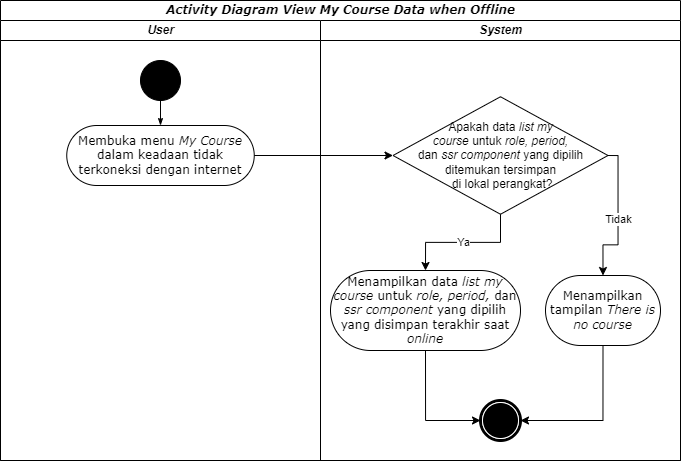
Earlier version of the draw.io export diagrams/03. view_my_course/Activity Diagram.drawio.png (angeliawidjaja/offline-mode-paper). Source tidied: cells renumbered, new cells last; positions are measured from the earlier drawing's top-left corner, leaving out a move shared by most shapes.
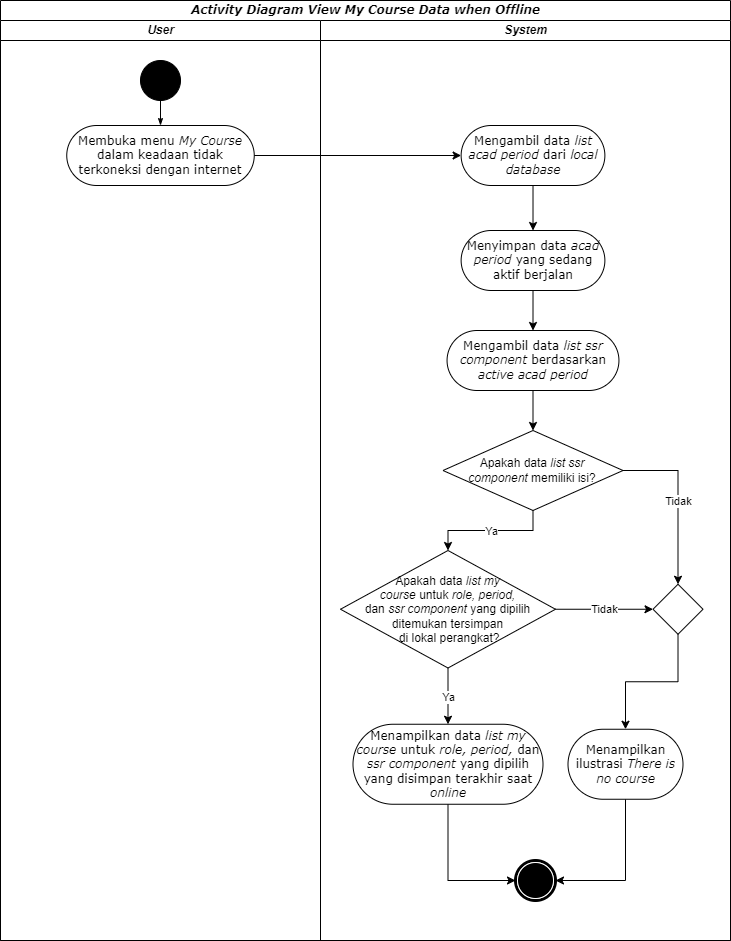
The same file after the commit.

The edit, as a diff of the source:
```diff
@@ -3,10 +3,10 @@
     <mxCell id="0" />
     <mxCell id="1" parent="0" />
     <mxCell id="2" value="&lt;i&gt;Activity Diagram&lt;/i&gt;&amp;nbsp;&lt;i&gt;View My Course Data when Offline&lt;/i&gt;" style="swimlane;html=1;startSize=20;rounded=0;shadow=0;comic=0;labelBackgroundColor=none;strokeWidth=1;fontFamily=Verdana;fontSize=12;align=center;" parent="1" vertex="1">
-      <mxGeometry width="680" height="460" as="geometry" />
+      <mxGeometry width="730" height="940" as="geometry" />
     </mxCell>
     <mxCell id="3" value="&lt;i&gt;User&lt;/i&gt;" style="swimlane;html=1;startSize=20;" parent="2" vertex="1">
-      <mxGeometry y="20" width="320" height="440" as="geometry" />
+      <mxGeometry y="20" width="320" height="920" as="geometry" />
     </mxCell>
     <mxCell id="4" style="ellipse;whiteSpace=wrap;html=1;rounded=0;shadow=0;comic=0;labelBackgroundColor=none;strokeWidth=1;fillColor=#000000;fontFamily=Verdana;fontSize=12;align=center;" parent="3" vertex="1">
       <mxGeometry x="140" y="40" width="40" height="40" as="geometry" />
@@ -18,19 +18,19 @@
       <mxGeometry relative="1" as="geometry" />
     </mxCell>
     <mxCell id="7" value="&lt;i&gt;System&lt;/i&gt;" style="swimlane;html=1;startSize=20;" parent="2" vertex="1">
-      <mxGeometry x="320" y="20" width="360" height="440" as="geometry" />
+      <mxGeometry x="320" y="20" width="410" height="920" as="geometry" />
     </mxCell>
     <mxCell id="8" style="shape=mxgraph.bpmn.shape;html=1;verticalLabelPosition=bottom;labelBackgroundColor=#ffffff;verticalAlign=top;perimeter=ellipsePerimeter;outline=end;symbol=terminate;rounded=0;shadow=0;comic=0;strokeWidth=1;fontFamily=Verdana;fontSize=12;align=center;" parent="7" vertex="1">
-      <mxGeometry x="160" y="380" width="40" height="40" as="geometry" />
+      <mxGeometry x="195" y="840" width="40" height="40" as="geometry" />
     </mxCell>
     <mxCell id="9" value="Apakah data &lt;i&gt;list&amp;nbsp;my &lt;br&gt;course&lt;/i&gt;&amp;nbsp;untuk &lt;i&gt;role,&lt;/i&gt;&amp;nbsp;&lt;i&gt;period, &lt;br&gt;&lt;/i&gt;dan&lt;i&gt; ssr component&amp;nbsp;&lt;/i&gt;yang dipilih &lt;br&gt;ditemukan tersimpan&lt;br&gt;&amp;nbsp;di lokal perangkat?" style="rhombus;whiteSpace=wrap;html=1;" parent="7" vertex="1">
-      <mxGeometry x="72.5" y="76.2" width="215" height="117.5" as="geometry" />
+      <mxGeometry x="20" y="530" width="215" height="117.5" as="geometry" />
     </mxCell>
     <mxCell id="10" style="edgeStyle=orthogonalEdgeStyle;rounded=0;jettySize=auto;html=1;exitX=0.5;exitY=1;exitDx=0;exitDy=0;entryX=1;entryY=0.5;entryDx=0;entryDy=0;" parent="7" edge="1" source="11" target="8">
       <mxGeometry relative="1" as="geometry" />
     </mxCell>
-    <mxCell id="11" value="Menampilkan tampilan &lt;i&gt;There is no course&lt;/i&gt;" style="rounded=1;whiteSpace=wrap;html=1;shadow=0;comic=0;labelBackgroundColor=none;strokeWidth=1;fontFamily=Verdana;fontSize=12;align=center;arcSize=50;" parent="7" vertex="1">
-      <mxGeometry x="225" y="255" width="115" height="70" as="geometry" />
+    <mxCell id="11" value="Menampilkan ilustrasi&amp;nbsp;&lt;i&gt;There is no course&lt;/i&gt;" style="rounded=1;whiteSpace=wrap;html=1;shadow=0;comic=0;labelBackgroundColor=none;strokeWidth=1;fontFamily=Verdana;fontSize=12;align=center;arcSize=50;" parent="7" vertex="1">
+      <mxGeometry x="247.5" y="708.8" width="115" height="70" as="geometry" />
     </mxCell>
     <mxCell id="12" style="endArrow=classic;html=1;rounded=0;exitX=0.5;exitY=1;exitDx=0;exitDy=0;entryX=0.5;entryY=0;entryDx=0;entryDy=0;edgeStyle=orthogonalEdgeStyle;" parent="7" edge="1" source="9" target="17">
       <mxGeometry relative="1" as="geometry" />
@@ -38,7 +38,7 @@
     <mxCell id="13" value="Ya" style="edgeLabel;html=1;align=center;verticalAlign=middle;" parent="12" vertex="1">
       <mxGeometry relative="1" as="geometry" />
     </mxCell>
-    <mxCell id="14" style="endArrow=classic;html=1;rounded=0;exitX=1;exitY=0.5;exitDx=0;exitDy=0;entryX=0.5;entryY=0;entryDx=0;entryDy=0;edgeStyle=orthogonalEdgeStyle;" parent="7" edge="1" source="9" target="11">
+    <mxCell id="14" style="endArrow=classic;html=1;rounded=0;exitX=1;exitY=0.5;exitDx=0;exitDy=0;edgeStyle=orthogonalEdgeStyle;entryX=0;entryY=0.5;entryDx=0;entryDy=0;" parent="7" edge="1" source="9" target="27">
       <mxGeometry relative="1" as="geometry" />
     </mxCell>
     <mxCell id="15" value="Tidak" style="edgeLabel;html=1;align=center;verticalAlign=middle;" parent="14" vertex="1">
@@ -48,10 +48,49 @@
       <mxGeometry relative="1" as="geometry" />
     </mxCell>
     <mxCell id="17" value="Menampilkan data &lt;i&gt;list my course&lt;/i&gt;&amp;nbsp;untuk &lt;i&gt;role, period, &lt;/i&gt;dan &lt;i&gt;ssr component &lt;/i&gt;yang dipilih yang disimpan terakhir saat &lt;i&gt;online&lt;/i&gt;" style="rounded=1;whiteSpace=wrap;html=1;shadow=0;comic=0;labelBackgroundColor=none;strokeWidth=1;fontFamily=Verdana;fontSize=12;align=center;arcSize=50;" parent="7" vertex="1">
-      <mxGeometry x="10" y="250" width="190" height="80" as="geometry" />
+      <mxGeometry x="32.5" y="703.8" width="190" height="80" as="geometry" />
     </mxCell>
-    <mxCell id="18" style="rounded=0;jettySize=auto;html=1;exitX=1;exitY=0.5;exitDx=0;exitDy=0;" parent="2" edge="1" source="5" target="9">
-      <mxGeometry relative="1" as="geometry" />
-    </mxCell>
+    <mxCell id="19" style="edgeStyle=orthogonalEdgeStyle;rounded=0;jettySize=auto;html=1;exitX=0.5;exitY=1;exitDx=0;exitDy=0;entryX=0.5;entryY=0;entryDx=0;entryDy=0;" parent="7" edge="1" source="20" target="22">
+      <mxGeometry relative="1" as="geometry" />
+    </mxCell>
+    <mxCell id="20" value="Mengambil data &lt;i&gt;list acad period &lt;/i&gt;dari &lt;i&gt;local database&lt;/i&gt;" style="rounded=1;whiteSpace=wrap;html=1;shadow=0;comic=0;labelBackgroundColor=none;strokeWidth=1;fontFamily=Verdana;fontSize=12;align=center;arcSize=50;" parent="7" vertex="1">
+      <mxGeometry x="140.6" y="105" width="143.8" height="60" as="geometry" />
+    </mxCell>
+    <mxCell id="21" style="edgeStyle=orthogonalEdgeStyle;rounded=0;jettySize=auto;html=1;exitX=0.5;exitY=1;exitDx=0;exitDy=0;entryX=0.5;entryY=0;entryDx=0;entryDy=0;" parent="7" edge="1" source="22" target="24">
+      <mxGeometry relative="1" as="geometry" />
+    </mxCell>
+    <mxCell id="22" value="Menyimpan data &lt;i&gt;acad period&lt;/i&gt;&amp;nbsp;yang sedang aktif berjalan" style="rounded=1;whiteSpace=wrap;html=1;shadow=0;comic=0;labelBackgroundColor=none;strokeWidth=1;fontFamily=Verdana;fontSize=12;align=center;arcSize=50;" parent="7" vertex="1">
+      <mxGeometry x="140.6" y="210" width="143.8" height="60" as="geometry" />
+    </mxCell>
+    <mxCell id="23" style="edgeStyle=orthogonalEdgeStyle;rounded=0;jettySize=auto;html=1;exitX=0.5;exitY=1;exitDx=0;exitDy=0;entryX=0.5;entryY=0;entryDx=0;entryDy=0;" parent="7" edge="1" source="24" target="25">
+      <mxGeometry relative="1" as="geometry" />
+    </mxCell>
+    <mxCell id="24" value="Mengambil data &lt;i&gt;list ssr component&amp;nbsp;&lt;/i&gt;berdasarkan &lt;i&gt;active acad period&lt;/i&gt;" style="rounded=1;whiteSpace=wrap;html=1;shadow=0;comic=0;labelBackgroundColor=none;strokeWidth=1;fontFamily=Verdana;fontSize=12;align=center;arcSize=50;" parent="7" vertex="1">
+      <mxGeometry x="126.6" y="310" width="171.9" height="60" as="geometry" />
+    </mxCell>
+    <mxCell id="25" value="Apakah data &lt;i&gt;list ssr component&lt;/i&gt;&amp;nbsp;memiliki isi?" style="rhombus;whiteSpace=wrap;html=1;" parent="7" vertex="1">
+      <mxGeometry x="122.5" y="410" width="180" height="80" as="geometry" />
+    </mxCell>
+    <mxCell id="26" style="edgeStyle=orthogonalEdgeStyle;rounded=0;jettySize=auto;html=1;exitX=0.5;exitY=1;exitDx=0;exitDy=0;entryX=0.5;entryY=0;entryDx=0;entryDy=0;" parent="7" edge="1" source="27" target="11">
+      <mxGeometry relative="1" as="geometry" />
+    </mxCell>
+    <mxCell id="27" style="rhombus;whiteSpace=wrap;html=1;" parent="7" vertex="1">
+      <mxGeometry x="332.5" y="563.8" width="50" height="50" as="geometry" />
+    </mxCell>
+    <mxCell id="28" style="endArrow=classic;html=1;rounded=0;exitX=0.5;exitY=1;exitDx=0;exitDy=0;entryX=0.5;entryY=0;entryDx=0;entryDy=0;edgeStyle=orthogonalEdgeStyle;" parent="7" edge="1" source="25" target="9">
+      <mxGeometry relative="1" as="geometry" />
+    </mxCell>
+    <mxCell id="29" value="Ya" style="edgeLabel;html=1;align=center;verticalAlign=middle;" parent="28" vertex="1">
+      <mxGeometry relative="1" as="geometry" />
+    </mxCell>
+    <mxCell id="30" style="endArrow=classic;html=1;rounded=0;exitX=1;exitY=0.5;exitDx=0;exitDy=0;edgeStyle=orthogonalEdgeStyle;" parent="7" edge="1" source="25" target="27">
+      <mxGeometry relative="1" as="geometry" />
+    </mxCell>
+    <mxCell id="31" value="Tidak" style="edgeLabel;html=1;align=center;verticalAlign=middle;" parent="30" vertex="1">
+      <mxGeometry relative="1" as="geometry" />
+    </mxCell>
+    <mxCell id="32" style="edgeStyle=orthogonalEdgeStyle;rounded=0;jettySize=auto;html=1;exitX=1;exitY=0.5;exitDx=0;exitDy=0;entryX=0;entryY=0.5;entryDx=0;entryDy=0;" parent="2" edge="1" source="5" target="20">
+      <mxGeometry relative="1" as="geometry" />
+    </mxCell>
   </root>
 </mxGraphModel>
```
